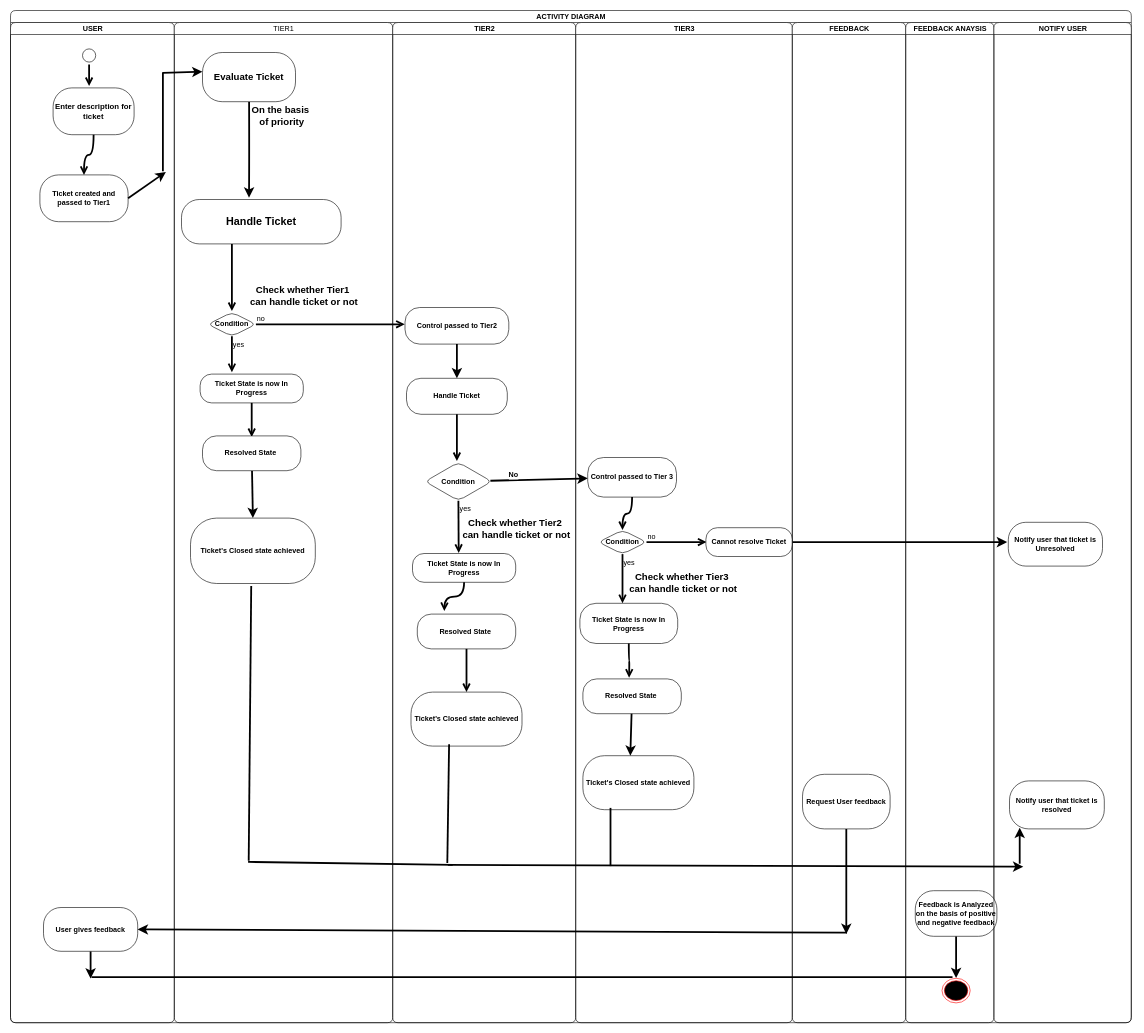
ZaraFatima123/Code100 keeps this draw.io diagram as Copy of latest_act_xxqq.drawio. Above is the earlier version. Source tidied: cells renumbered, new cells numbered last; positions are measured from the earlier drawing's top-left corner, leaving out a move shared by most shapes. Both pictures are drawn from the tidied source at 60%, with x=0, y=0 at pixel (10, 10).
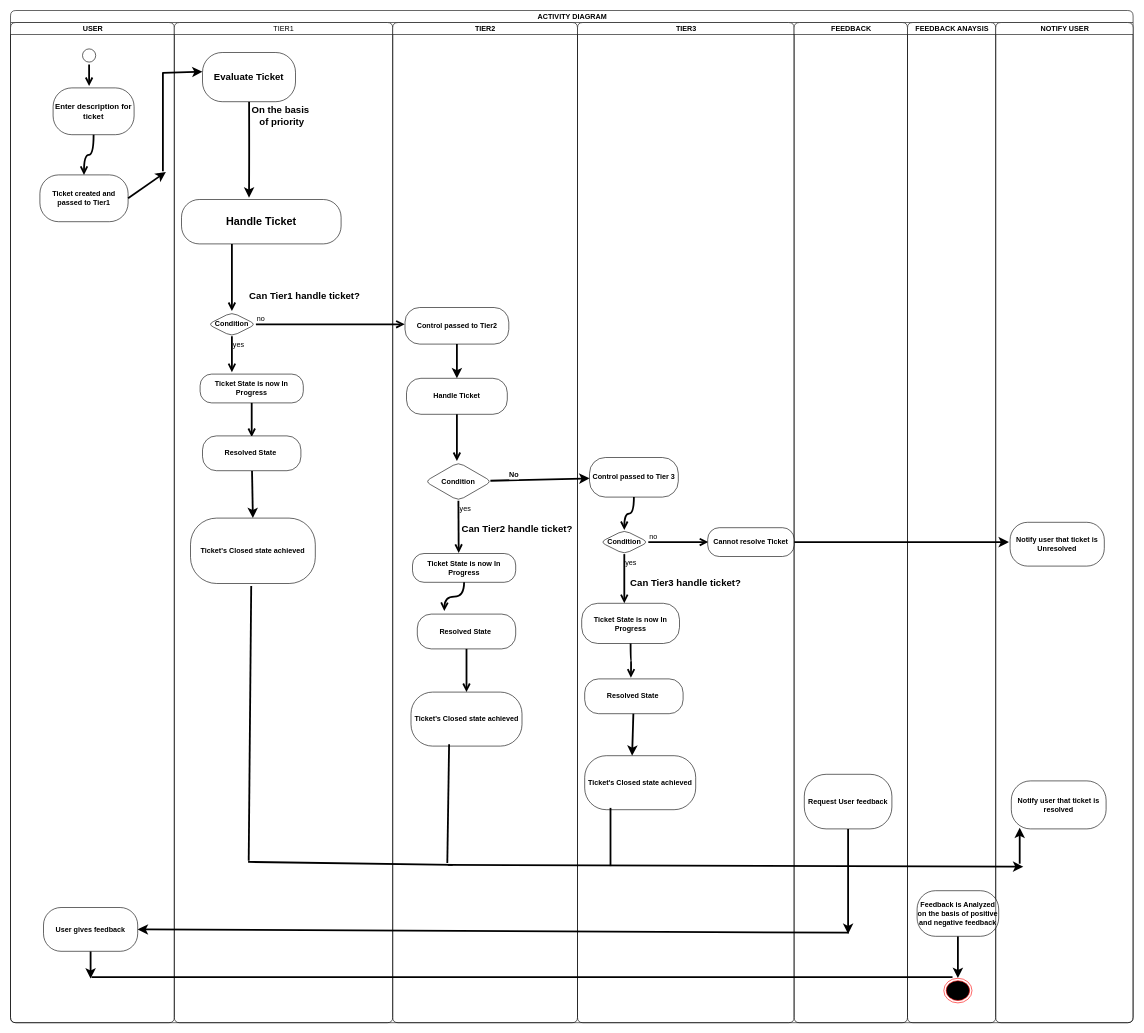
Above is the later version.

Unchanged cells that the change refers to:
```xml
<mxCell id="13" value="TIER1" style="swimlane;startSize=20;html=1;rounded=1;labelBackgroundColor=none;fontStyle=0;" parent="2" vertex="1">
  <mxGeometry x="273" y="20" width="364" height="1667" as="geometry" />
</mxCell>
```

Diff of the diagram source:
```diff
@@
     <mxCell id="2" value="ACTIVITY DIAGRAM" style="swimlane;startSize=20;html=1;swimlaneFillColor=#FFFFFF;rounded=1;labelBackgroundColor=none;" parent="1" vertex="1">
-      <mxGeometry width="1868" height="1687" as="geometry" />
+      <mxGeometry width="1871" height="1687" as="geometry" />
     </mxCell>
@@
-    <mxCell id="22" value="&lt;b&gt;Check whether Tier1&amp;nbsp;&lt;/b&gt;&lt;div&gt;&lt;b&gt;can handle ticket or not&lt;/b&gt;&lt;/div&gt;" style="text;html=1;align=center;verticalAlign=middle;strokeColor=none;fillColor=none;fontSize=16;rounded=1;labelBackgroundColor=none;" parent="13" vertex="1">
-      <mxGeometry x="117" y="430" width="198" height="50" as="geometry" />
+    <mxCell id="22" value="&lt;b&gt;Can Tier1 handle ticket?&lt;/b&gt;" style="text;html=1;align=center;verticalAlign=middle;strokeColor=none;fillColor=none;fontSize=16;rounded=1;labelBackgroundColor=none;" parent="13" vertex="1">
+      <mxGeometry x="115" y="440" width="203" height="31" as="geometry" />
     </mxCell>
@@
     <mxCell id="30" value="TIER2" style="swimlane;startSize=20;html=1;rounded=1;labelBackgroundColor=none;" parent="2" vertex="1">
-      <mxGeometry x="637" y="20" width="305" height="1667" as="geometry" />
+      <mxGeometry x="637" y="20" width="308" height="1667" as="geometry" />
     </mxCell>
@@
-    <mxCell id="38" value="&lt;b&gt;Check whether Tier2&amp;nbsp;&lt;/b&gt;&lt;div&gt;&lt;b&gt;can handle ticket or not&lt;/b&gt;&lt;/div&gt;" style="text;html=1;align=center;verticalAlign=middle;strokeColor=none;fillColor=none;fontSize=16;rounded=1;labelBackgroundColor=none;" parent="30" vertex="1">
-      <mxGeometry x="107" y="818" width="198" height="50" as="geometry" />
+    <mxCell id="38" value="&lt;b&gt;Can Tier2 handle ticket?&lt;/b&gt;" style="text;html=1;align=center;verticalAlign=middle;strokeColor=none;fillColor=none;fontSize=16;rounded=1;labelBackgroundColor=none;" parent="30" vertex="1">
+      <mxGeometry x="105" y="828" width="203" height="31" as="geometry" />
     </mxCell>
@@
     <mxCell id="44" value="TIER3" style="swimlane;startSize=20;html=1;rounded=1;labelBackgroundColor=none;" parent="2" vertex="1">
-      <mxGeometry x="942" y="20" width="361" height="1667" as="geometry" />
+      <mxGeometry x="945" y="20" width="361" height="1667" as="geometry" />
     </mxCell>
@@
-    <mxCell id="50" value="&lt;b&gt;Check whether Tier3&amp;nbsp;&lt;/b&gt;&lt;div&gt;&lt;b&gt;can handle ticket or not&lt;/b&gt;&lt;/div&gt;" style="text;html=1;align=center;verticalAlign=middle;strokeColor=none;fillColor=none;fontSize=16;rounded=1;labelBackgroundColor=none;" parent="44" vertex="1">
-      <mxGeometry x="80" y="908" width="198" height="50" as="geometry" />
+    <mxCell id="50" value="&lt;b&gt;Can Tier3 handle ticket?&lt;/b&gt;" style="text;html=1;align=center;verticalAlign=middle;strokeColor=none;fillColor=none;fontSize=16;rounded=1;labelBackgroundColor=none;" parent="44" vertex="1">
+      <mxGeometry x="78" y="918" width="203" height="31" as="geometry" />
     </mxCell>
@@
     <mxCell id="59" value="FEEDBACK" style="swimlane;startSize=20;html=1;rounded=1;labelBackgroundColor=none;" parent="2" vertex="1">
-      <mxGeometry x="1303" y="20" width="189" height="1667" as="geometry" />
+      <mxGeometry x="1306" y="20" width="189" height="1667" as="geometry" />
     </mxCell>
@@
     <mxCell id="62" value="FEEDBACK ANAYSIS" style="swimlane;startSize=20;html=1;rounded=1;labelBackgroundColor=none;" parent="2" vertex="1">
-      <mxGeometry x="1492" y="20" width="147" height="1667" as="geometry" />
+      <mxGeometry x="1495" y="20" width="147" height="1667" as="geometry" />
     </mxCell>
@@
     <mxCell id="66" value="NOTIFY USER" style="swimlane;startSize=20;html=1;rounded=1;labelBackgroundColor=none;" parent="2" vertex="1">
-      <mxGeometry x="1639" y="20" width="229" height="1667" as="geometry" />
+      <mxGeometry x="1642" y="20" width="229" height="1667" as="geometry" />
     </mxCell>
```
